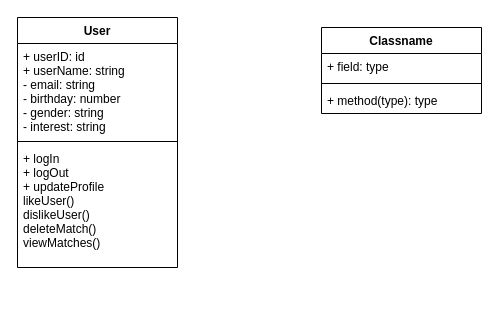
The draw.io diagram page "Page-2" (2 of 2) of Untitled Diagram.drawio in Elena51513155/Eksamenendelig, before the edit. Source tidied: cells renumbered, new cells numbered last; positions are measured from the earlier drawing's top-left corner, leaving out a move shared by most shapes. Both pictures are drawn from the tidied source at 100%, with x=0, y=0 at pixel (17, 17).
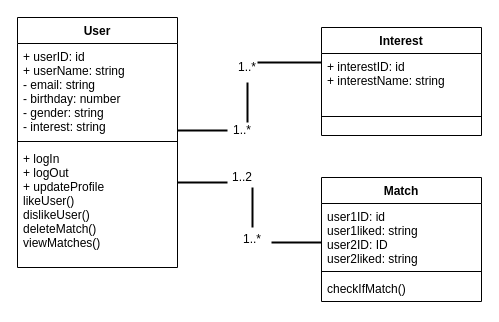
After the change.

Commit message:
Class diagram

Diff of the diagram source:
```diff
@@
-    <mxCell id="6" value="Classname" style="swimlane;fontStyle=1;align=center;verticalAlign=top;horizontal=1;startSize=26;" parent="1" vertex="1">
-      <mxGeometry x="304" y="10" width="160" height="86" as="geometry" />
+    <mxCell id="6" value="Interest" style="swimlane;fontStyle=1;align=center;verticalAlign=top;horizontal=1;startSize=26;" parent="1" vertex="1">
+      <mxGeometry x="304" y="10" width="160" height="108" as="geometry" />
     </mxCell>
-    <mxCell id="7" value="+ field: type" style="text;strokeColor=none;fillColor=none;align=left;verticalAlign=top;spacingLeft=4;spacingRight=4;overflow=hidden;" parent="6" vertex="1">
-      <mxGeometry y="26" width="160" height="26" as="geometry" />
+    <mxCell id="7" value="+ interestID: id&#10;+ interestName: string" style="text;strokeColor=none;fillColor=none;align=left;verticalAlign=top;spacingLeft=4;spacingRight=4;overflow=hidden;" parent="6" vertex="1">
+      <mxGeometry y="26" width="160" height="44" as="geometry" />
     </mxCell>
     <mxCell id="8" style="line;strokeWidth=1;fillColor=none;align=left;verticalAlign=middle;spacingTop=-1;spacingLeft=3;spacingRight=3;labelPosition=right;" parent="6" vertex="1">
-      <mxGeometry y="52" width="160" height="8" as="geometry" />
+      <mxGeometry y="70" width="160" height="38" as="geometry" />
     </mxCell>
-    <mxCell id="9" value="+ method(type): type" style="text;strokeColor=none;fillColor=none;align=left;verticalAlign=top;spacingLeft=4;spacingRight=4;overflow=hidden;" parent="6" vertex="1">
-      <mxGeometry y="60" width="160" height="26" as="geometry" />
-    </mxCell>
+    <mxCell id="10" value="Match" style="swimlane;fontStyle=1;align=center;verticalAlign=top;horizontal=1;startSize=26;" parent="1" vertex="1">
+      <mxGeometry x="304" y="160" width="160" height="124" as="geometry" />
+    </mxCell>
+    <mxCell id="11" value="user1ID: id&#10;user1liked: string&#10;user2ID: ID&#10;user2liked: string" style="text;strokeColor=none;fillColor=none;align=left;verticalAlign=top;spacingLeft=4;spacingRight=4;overflow=hidden;" parent="10" vertex="1">
+      <mxGeometry y="26" width="160" height="64" as="geometry" />
+    </mxCell>
+    <mxCell id="12" style="line;strokeWidth=1;fillColor=none;align=left;verticalAlign=middle;spacingTop=-1;spacingLeft=3;spacingRight=3;labelPosition=right;" parent="10" vertex="1">
+      <mxGeometry y="90" width="160" height="8" as="geometry" />
+    </mxCell>
+    <mxCell id="13" value="checkIfMatch()" style="text;strokeColor=none;fillColor=none;align=left;verticalAlign=top;spacingLeft=4;spacingRight=4;overflow=hidden;" parent="10" vertex="1">
+      <mxGeometry y="98" width="160" height="26" as="geometry" />
+    </mxCell>
+    <mxCell id="14" style="line;strokeWidth=2;html=1;" parent="1" vertex="1">
+      <mxGeometry x="240" y="40" width="64" height="10" as="geometry" />
+    </mxCell>
+    <mxCell id="15" style="line;strokeWidth=2;html=1;rotation=90;" parent="1" vertex="1">
+      <mxGeometry x="210" y="80" width="40" height="10" as="geometry" />
+    </mxCell>
+    <mxCell id="16" style="line;strokeWidth=2;html=1;" parent="1" vertex="1">
+      <mxGeometry x="160" y="108" width="50" height="10" as="geometry" />
+    </mxCell>
+    <mxCell id="17" value="1..*" style="text;html=1;strokeColor=none;fillColor=none;align=center;verticalAlign=middle;whiteSpace=wrap;rounded=0;" parent="1" vertex="1">
+      <mxGeometry x="210" y="40" width="40" height="20" as="geometry" />
+    </mxCell>
+    <mxCell id="18" value="1..*" style="text;html=1;strokeColor=none;fillColor=none;align=center;verticalAlign=middle;whiteSpace=wrap;rounded=0;" parent="1" vertex="1">
+      <mxGeometry x="210" y="103" width="30" height="20" as="geometry" />
+    </mxCell>
+    <mxCell id="19" style="line;strokeWidth=2;html=1;" parent="1" vertex="1">
+      <mxGeometry x="254" y="220" width="50" height="10" as="geometry" />
+    </mxCell>
+    <mxCell id="20" style="line;strokeWidth=2;html=1;direction=south;" parent="1" vertex="1">
+      <mxGeometry x="230" y="170" width="10" height="40" as="geometry" />
+    </mxCell>
+    <mxCell id="21" style="line;strokeWidth=2;html=1;" parent="1" vertex="1">
+      <mxGeometry x="160" y="160" width="50" height="10" as="geometry" />
+    </mxCell>
+    <mxCell id="22" value="1..*" style="text;html=1;strokeColor=none;fillColor=none;align=center;verticalAlign=middle;whiteSpace=wrap;rounded=0;" parent="1" vertex="1">
+      <mxGeometry x="215" y="212" width="40" height="20" as="geometry" />
+    </mxCell>
+    <mxCell id="23" value="1..2" style="text;html=1;strokeColor=none;fillColor=none;align=center;verticalAlign=middle;whiteSpace=wrap;rounded=0;" parent="1" vertex="1">
+      <mxGeometry x="205" y="150" width="40" height="20" as="geometry" />
+    </mxCell>
```
